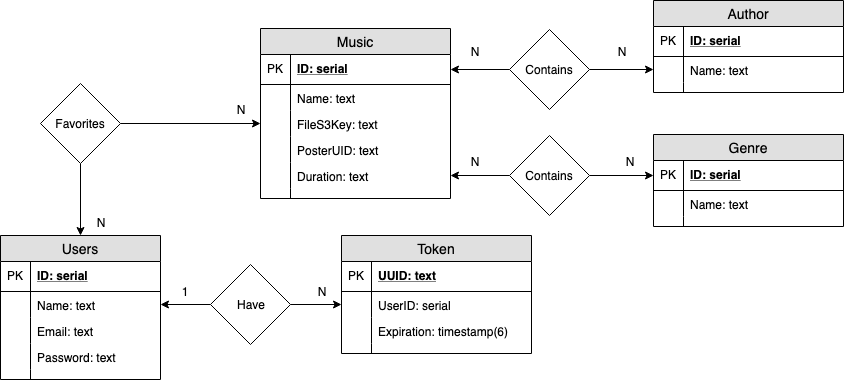
almeidaws/tcc keeps this draw.io diagram as Miraculous Database Model.png. Above is the earlier version. Source tidied: cells renumbered, new cells last; positions are measured from the earlier drawing's top-left corner, leaving out a move shared by most shapes.
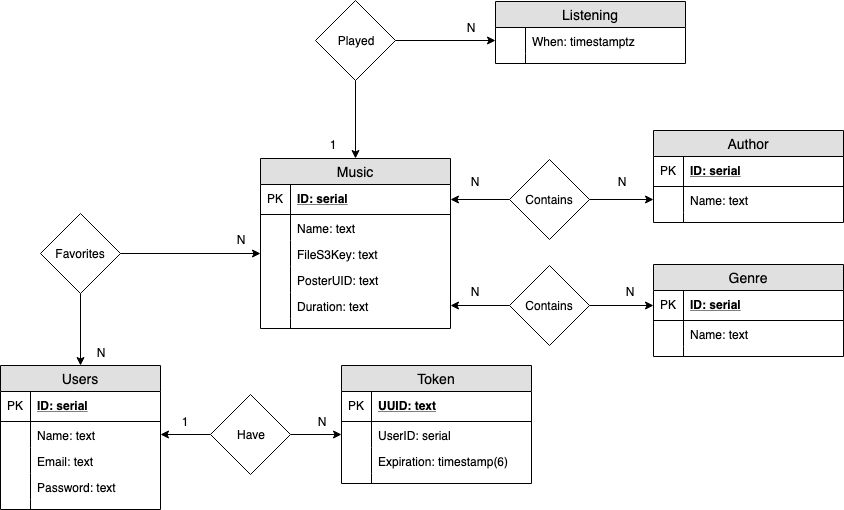
Later version of the same file.

Diff of the diagram source:
```diff
@@ -203,5 +203,35 @@
     <mxCell id="68" value="N" style="text;html=1;strokeColor=none;fillColor=none;align=center;verticalAlign=middle;whiteSpace=wrap;rounded=0;" parent="1" vertex="1">
       <mxGeometry x="80" y="212" width="40" height="20" as="geometry" />
     </mxCell>
+    <mxCell id="69" value="Listening" style="swimlane;fontStyle=0;horizontal=1;startSize=26;fillColor=#e0e0e0;swimlaneFillColor=#ffffff;align=center;fontSize=14;" parent="1" vertex="1">
+      <mxGeometry x="495" y="-129" width="190" height="62" as="geometry" />
+    </mxCell>
+    <mxCell id="70" value="When: timestamptz" style="shape=partialRectangle;top=0;left=0;right=0;bottom=0;align=left;verticalAlign=top;fillColor=none;spacingLeft=34;spacingRight=4;overflow=hidden;points=[[0,0.5],[1,0.5]];portConstraint=eastwest;fontSize=12;" parent="69" vertex="1">
+      <mxGeometry y="26" width="190" height="26" as="geometry" />
+    </mxCell>
+    <mxCell id="71" style="shape=partialRectangle;top=0;left=0;bottom=0;fillColor=none;align=left;verticalAlign=top;spacingLeft=4;spacingRight=4;overflow=hidden;fontSize=12;" parent="70" vertex="1">
+      <mxGeometry width="30" height="26" as="geometry" />
+    </mxCell>
+    <mxCell id="72" style="shape=partialRectangle;top=0;left=0;right=0;bottom=0;align=left;verticalAlign=top;fillColor=none;spacingLeft=34;spacingRight=4;overflow=hidden;fontSize=12;" parent="69" vertex="1">
+      <mxGeometry y="52" width="190" height="10" as="geometry" />
+    </mxCell>
+    <mxCell id="73" style="shape=partialRectangle;top=0;left=0;bottom=0;fillColor=none;align=left;verticalAlign=top;spacingLeft=4;spacingRight=4;overflow=hidden;fontSize=12;" parent="72" vertex="1">
+      <mxGeometry width="30" height="10" as="geometry" />
+    </mxCell>
+    <mxCell id="74" style="edgeStyle=orthogonalEdgeStyle;rounded=0;jettySize=auto;html=1;entryX=0.5;entryY=0;entryDx=0;entryDy=0;" parent="1" edge="1" source="76" target="22">
+      <mxGeometry relative="1" as="geometry" />
+    </mxCell>
+    <mxCell id="75" style="edgeStyle=orthogonalEdgeStyle;rounded=0;jettySize=auto;html=1;entryX=0;entryY=0.5;entryDx=0;entryDy=0;" parent="1" edge="1" source="76" target="70">
+      <mxGeometry relative="1" as="geometry" />
+    </mxCell>
+    <mxCell id="76" value="Played" style="rhombus;whiteSpace=wrap;html=1;" parent="1" vertex="1">
+      <mxGeometry x="315" y="-130" width="80" height="80" as="geometry" />
+    </mxCell>
+    <mxCell id="77" value="N" style="text;html=1;strokeColor=none;fillColor=none;align=center;verticalAlign=middle;whiteSpace=wrap;rounded=0;" parent="1" vertex="1">
+      <mxGeometry x="450" y="-113" width="40" height="20" as="geometry" />
+    </mxCell>
+    <mxCell id="78" value="1" style="text;html=1;strokeColor=none;fillColor=none;align=center;verticalAlign=middle;whiteSpace=wrap;rounded=0;" parent="1" vertex="1">
+      <mxGeometry x="312" y="4" width="40" height="20" as="geometry" />
+    </mxCell>
   </root>
 </mxGraphModel>
```
